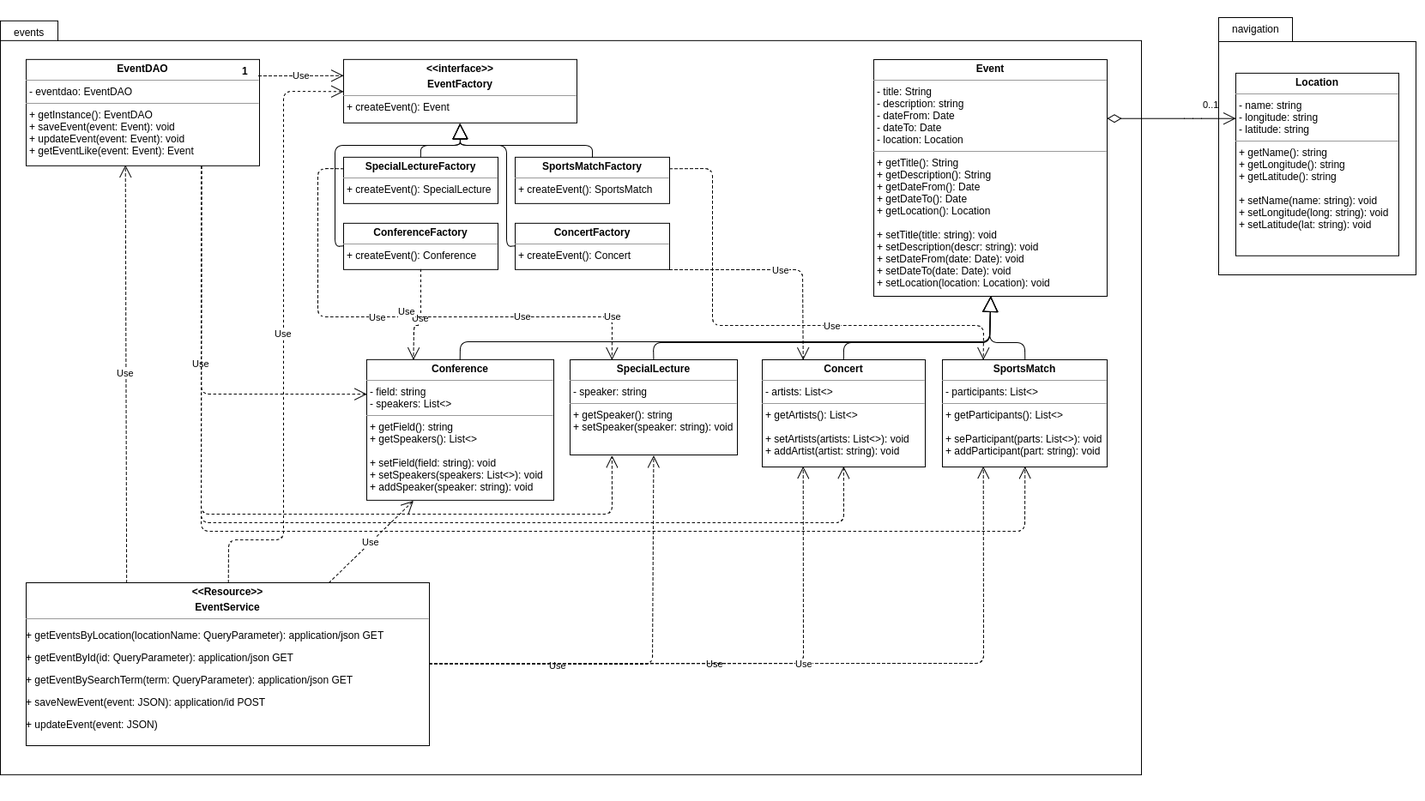
Earlier version of the draw.io export images/class/EventsClassDiagram.png (ClaudioMDS/yacc_team_round_2). Source tidied: cells renumbered, new cells last; positions are measured from the earlier drawing's top-left corner, leaving out a move shared by most shapes.
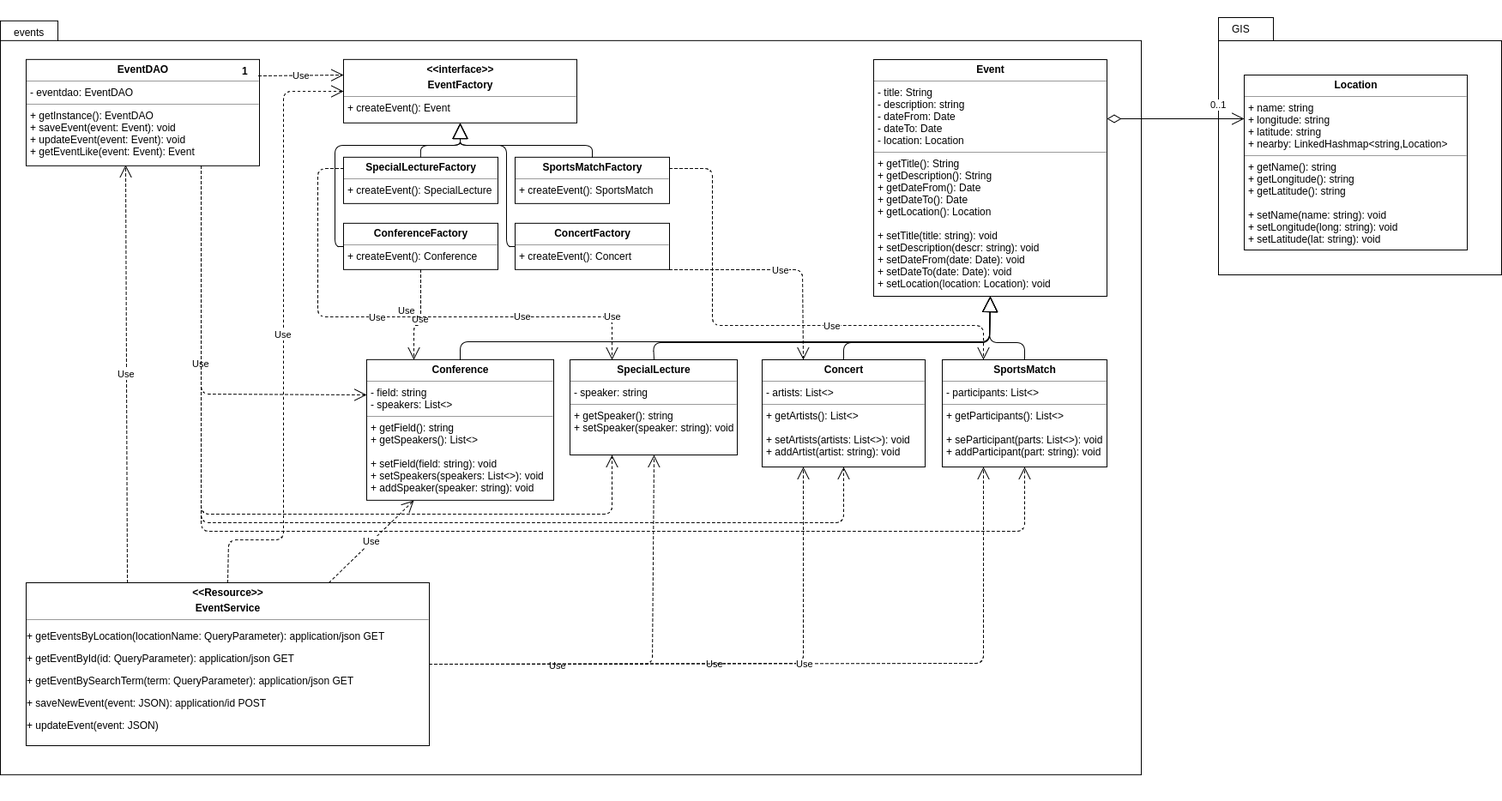
The same diagram one commit later.

Change to the diagram source:
```diff
@@ -183,22 +183,21 @@
       </mxGeometry>
     </mxCell>
     <mxCell id="33" style="group;" parent="1" vertex="1">
-      <mxGeometry x="1420" width="240" height="350" as="geometry" />
+      <mxGeometry x="1420" width="330" height="350" as="geometry" />
     </mxCell>
-    <mxCell id="34" style="shape=folder;fontStyle=1;spacingTop=10;tabWidth=86;tabHeight=28;tabPosition=left;html=1;" parent="33" vertex="1">
-      <mxGeometry y="20" width="230" height="300" as="geometry" />
+    <mxCell id="34" style="shape=folder;fontStyle=1;spacingTop=10;tabWidth=64;tabHeight=27;tabPosition=left;html=1;" parent="33" vertex="1">
+      <mxGeometry y="20" width="330" height="300" as="geometry" />
     </mxCell>
-    <mxCell id="35" value="&lt;p style=&quot;margin: 0px ; margin-top: 4px ; text-align: center&quot;&gt;&lt;b&gt;Location&lt;/b&gt;&lt;/p&gt;&lt;hr size=&quot;1&quot;&gt;&lt;p style=&quot;margin: 0px ; margin-left: 4px&quot;&gt;- name: string&lt;/p&gt;&lt;p style=&quot;margin: 0px ; margin-left: 4px&quot;&gt;- longitude: string&lt;br&gt;&lt;/p&gt;&lt;p style=&quot;margin: 0px ; margin-left: 4px&quot;&gt;- latitude: string&lt;/p&gt;&lt;hr size=&quot;1&quot;&gt;&lt;p style=&quot;margin: 0px ; margin-left: 4px&quot;&gt;+ getName(): string&lt;/p&gt;&lt;p style=&quot;margin: 0px ; margin-left: 4px&quot;&gt;+ getLongitude(): string&lt;/p&gt;&lt;p style=&quot;margin: 0px ; margin-left: 4px&quot;&gt;+ getLatitude(): string&lt;/p&gt;&lt;p style=&quot;margin: 0px ; margin-left: 4px&quot;&gt;&lt;br&gt;&lt;/p&gt;&lt;p style=&quot;margin: 0px ; margin-left: 4px&quot;&gt;+ setName(name: string): void&lt;/p&gt;&lt;p style=&quot;margin: 0px ; margin-left: 4px&quot;&gt;+ setLongitude(long: string): void&lt;/p&gt;&lt;p style=&quot;margin: 0px ; margin-left: 4px&quot;&gt;+ setLatitude(lat: string): void&lt;/p&gt;" style="verticalAlign=top;align=left;overflow=fill;fontSize=12;fontFamily=Helvetica;html=1;" parent="33" vertex="1">
-      <mxGeometry x="20" y="84.9" width="190" height="212.9" as="geometry" />
-    </mxCell>
-    <mxCell id="36" value="navigation" style="text;html=1;strokeColor=none;fillColor=none;align=left;verticalAlign=top;spacingLeft=4;spacingRight=4;whiteSpace=wrap;overflow=hidden;" parent="33" vertex="1">
+    <mxCell id="36" value="GIS" style="text;html=1;strokeColor=none;fillColor=none;align=left;verticalAlign=top;spacingLeft=4;spacingRight=4;whiteSpace=wrap;overflow=hidden;" parent="33" vertex="1">
       <mxGeometry x="10" y="20" width="100" height="39.6" as="geometry" />
     </mxCell>
+    <mxCell id="46" value="&lt;p style=&quot;margin: 0px ; margin-top: 4px ; text-align: center&quot;&gt;&lt;b&gt;Location&lt;/b&gt;&lt;/p&gt;&lt;hr size=&quot;1&quot;&gt;&lt;p style=&quot;margin: 0px ; margin-left: 4px&quot;&gt;+ name: string&lt;/p&gt;&lt;p style=&quot;margin: 0px ; margin-left: 4px&quot;&gt;+ longitude: string&lt;br&gt;&lt;/p&gt;&lt;p style=&quot;margin: 0px ; margin-left: 4px&quot;&gt;+ latitude: string&lt;/p&gt;&lt;p style=&quot;margin: 0px ; margin-left: 4px&quot;&gt;+ nearby: LinkedHashmap&amp;lt;string,Location&amp;gt;&lt;/p&gt;&lt;hr size=&quot;1&quot;&gt;&lt;p style=&quot;margin: 0px ; margin-left: 4px&quot;&gt;+ getName(): string&lt;/p&gt;&lt;p style=&quot;margin: 0px ; margin-left: 4px&quot;&gt;+ getLongitude(): string&lt;/p&gt;&lt;p style=&quot;margin: 0px ; margin-left: 4px&quot;&gt;+ getLatitude(): string&lt;/p&gt;&lt;p style=&quot;margin: 0px ; margin-left: 4px&quot;&gt;&lt;br&gt;&lt;/p&gt;&lt;p style=&quot;margin: 0px ; margin-left: 4px&quot;&gt;+ setName(name: string): void&lt;/p&gt;&lt;p style=&quot;margin: 0px ; margin-left: 4px&quot;&gt;+ setLongitude(long: string): void&lt;/p&gt;&lt;p style=&quot;margin: 0px ; margin-left: 4px&quot;&gt;+ setLatitude(lat: string): void&lt;/p&gt;" style="verticalAlign=top;align=left;overflow=fill;fontSize=12;fontFamily=Helvetica;html=1;" parent="33" vertex="1">
+      <mxGeometry x="30" y="87" width="260" height="204" as="geometry" />
+    </mxCell>
-    <mxCell id="37" value="0..1" style="endArrow=open;html=1;endSize=12;startArrow=diamondThin;startSize=14;startFill=0;edgeStyle=orthogonalEdgeStyle;align=left;verticalAlign=bottom;exitX=1;exitY=0.25;entryX=0;entryY=0.25;" parent="1" edge="1" source="4" target="35">
+    <mxCell id="37" value="0..1" style="endArrow=open;html=1;endSize=12;startArrow=diamondThin;startSize=14;startFill=0;edgeStyle=orthogonalEdgeStyle;align=left;verticalAlign=bottom;exitX=1;exitY=0.25;entryX=0;entryY=0.25;" parent="1" edge="1" source="4" target="46">
       <mxGeometry x="0.87" y="31" relative="1" as="geometry">
         <Array as="points">
-          <mxPoint x="1390" y="138" />
-          <mxPoint x="1390" y="138" />
+          <mxPoint x="1450" y="138" />
         </Array>
         <mxPoint x="-30" y="23" as="offset" />
       </mxGeometry>
```
